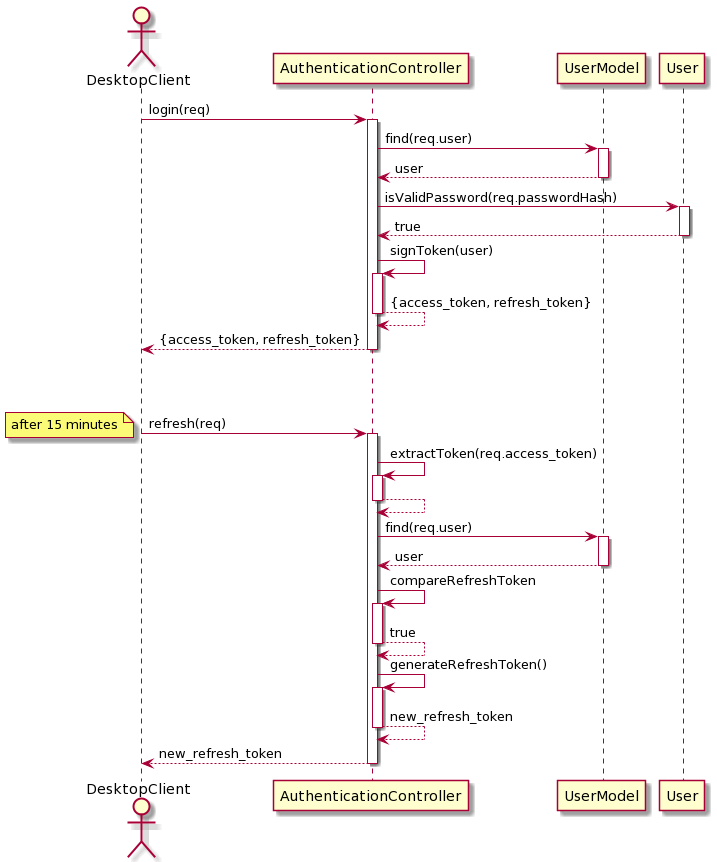
Earlier version of the PlantUML export Design/Documentation/figures/seq-auth-login.png (PSE-TECO-2020-TEAM1/e2e-ml_docs). The source it was exported from:
```plantuml
@startuml
autoactivate on

actor DesktopClient as dc

participant AuthenticationController as ac
participant UserModel
participant User

dc -> ac: login(req)
ac -> UserModel: find(req.user)
return user
ac -> User: isValidPassword(req.passwordHash)
return true
ac -> ac: signToken(user)
return {access_token, refresh_token}
return {access_token, refresh_token}

|||
|||

dc -> ac: refresh(req)
note left: after 15 minutes
ac -> ac: extractToken(req.access_token)
return
ac -> UserModel: find(req.user)
return user
ac -> ac: compareRefreshToken
return true
ac -> ac: generateRefreshToken()
return new_refresh_token
return new_refresh_token
@enduml
```
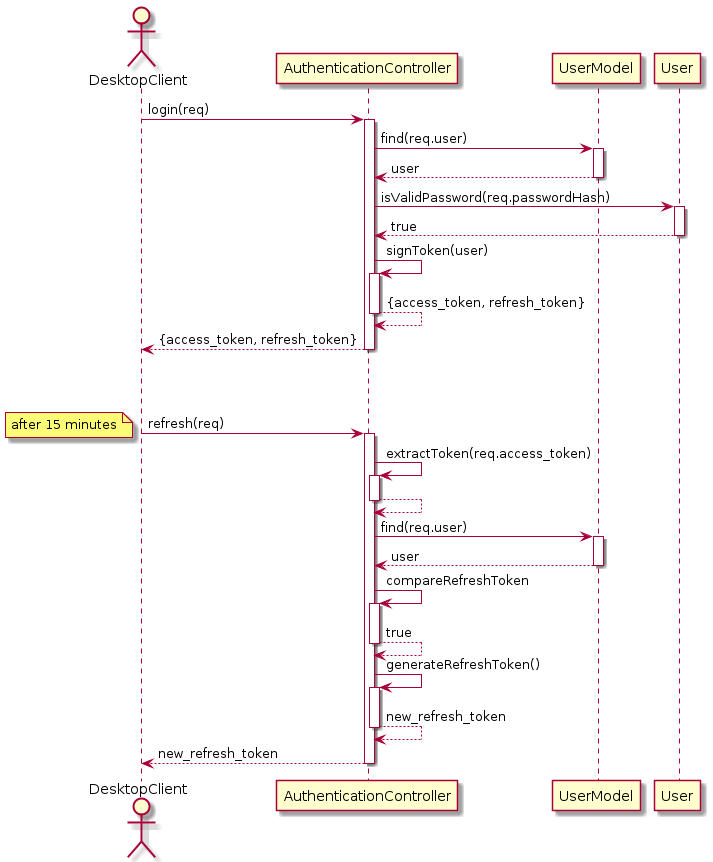
Above is the later version.

Diff of the diagram source:
```diff
@@ -1,4 +1,4 @@
-@startuml
+@startuml Authentication Register and Validate
 autoactivate on
 
 actor DesktopClient as dc
@@ -30,4 +30,5 @@
 ac -> ac: generateRefreshToken()
 return new_refresh_token
 return new_refresh_token
+
 @enduml
```
